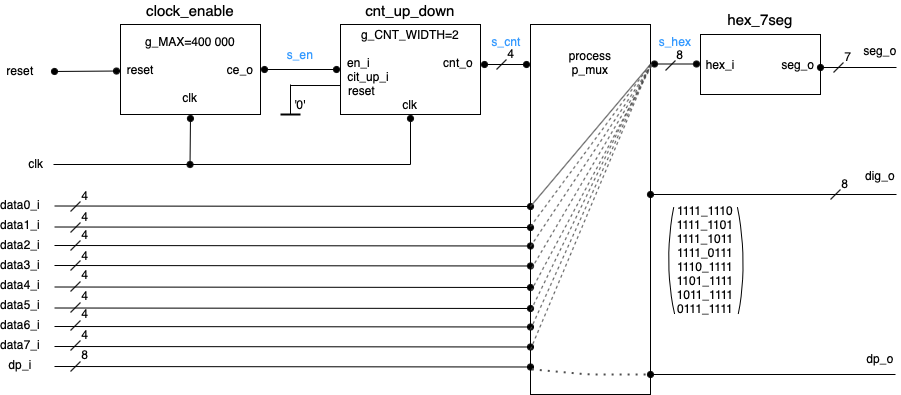
Above: Labs/06-display_driver/Images/driver_8dig.png in jurekmartin3/Digital-electronics-1 (draw.io), before the change. Source tidied: cells renumbered, new cells last; positions are measured from the earlier drawing's top-left corner, leaving out a move shared by most shapes.
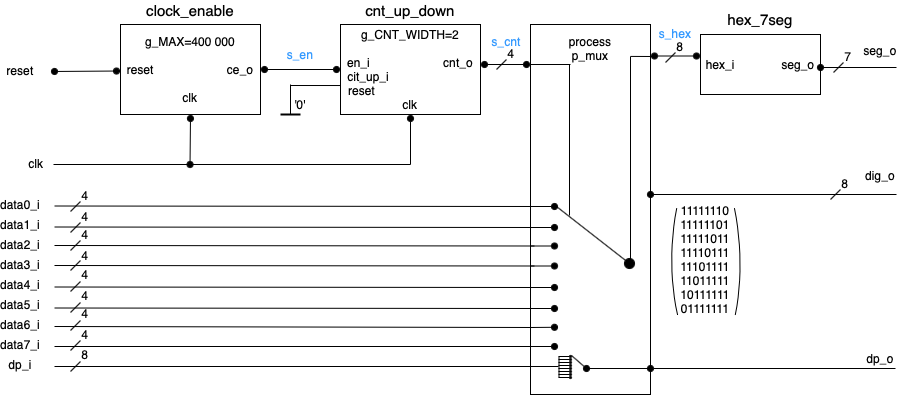
The same diagram one commit later.

Commit message:
Lab6 finishing touches - schema update

What changed in the source:
```diff
@@ -31,7 +31,7 @@
     <mxCell id="8" value="'0'" style="text;html=1;strokeColor=none;fillColor=none;align=center;verticalAlign=middle;whiteSpace=wrap;rounded=0;" parent="1" vertex="1">
       <mxGeometry x="290" y="94" width="20" height="20" as="geometry" />
     </mxCell>
-    <mxCell id="9" value="process&lt;br&gt;p_mux&lt;br&gt;&lt;br&gt;&lt;br&gt;&lt;br&gt;&lt;br&gt;&lt;br&gt;&lt;br&gt;&lt;br&gt;&lt;br&gt;&lt;br&gt;&lt;br&gt;&lt;br&gt;&lt;br&gt;&lt;br&gt;&lt;br&gt;&lt;br&gt;&lt;br&gt;&lt;br&gt;&lt;br&gt;&lt;br&gt;&lt;br&gt;&lt;br&gt;" style="rounded=0;whiteSpace=wrap;html=1;" parent="1" vertex="1">
+    <mxCell id="9" value="process&lt;br&gt;p_mux&lt;br&gt;&lt;br&gt;&lt;br&gt;&lt;br&gt;&lt;br&gt;&lt;br&gt;&lt;br&gt;&lt;br&gt;&lt;br&gt;&lt;br&gt;&lt;br&gt;&lt;br&gt;&lt;br&gt;&lt;br&gt;&lt;br&gt;&lt;br&gt;&lt;br&gt;&lt;br&gt;&lt;br&gt;&lt;br&gt;&lt;br&gt;&lt;br&gt;&lt;br&gt;&lt;br&gt;" style="rounded=0;whiteSpace=wrap;html=1;" parent="1" vertex="1">
       <mxGeometry x="530" y="24" width="120" height="370" as="geometry" />
     </mxCell>
     <mxCell id="10" style="endArrow=circle;html=1;exitX=1;exitY=0.5;exitDx=0;exitDy=0;endFill=1;startArrow=circle;startFill=1;endSize=2;startSize=2;" parent="1" edge="1">
@@ -57,12 +57,12 @@
     </mxCell>
     <mxCell id="15" style="endArrow=circle;html=1;exitX=1;exitY=0.5;exitDx=0;exitDy=0;endFill=1;startArrow=circle;startFill=1;endSize=2;startSize=2;" parent="1" edge="1">
       <mxGeometry relative="1" as="geometry">
-        <mxPoint x="650" y="63.5" as="sourcePoint" />
-        <mxPoint x="700" y="63.5" as="targetPoint" />
+        <mxPoint x="650" y="55.5" as="sourcePoint" />
+        <mxPoint x="700" y="55.5" as="targetPoint" />
       </mxGeometry>
     </mxCell>
     <mxCell id="16" value="s_hex" style="text;html=1;strokeColor=none;fillColor=none;align=center;verticalAlign=middle;whiteSpace=wrap;rounded=0;fontColor=#3399FF;" parent="1" vertex="1">
-      <mxGeometry x="655" y="31" width="40" height="20" as="geometry" />
+      <mxGeometry x="655" y="23" width="40" height="20" as="geometry" />
     </mxCell>
     <mxCell id="17" value="reset" style="text;html=1;strokeColor=none;fillColor=none;align=center;verticalAlign=middle;whiteSpace=wrap;rounded=0;" parent="1" vertex="1">
       <mxGeometry y="60" width="40" height="20" as="geometry" />
@@ -111,61 +111,61 @@
     <mxCell id="29" value="data7_i" style="text;html=1;strokeColor=none;fillColor=none;align=center;verticalAlign=middle;whiteSpace=wrap;rounded=0;" parent="1" vertex="1">
       <mxGeometry y="334" width="40" height="20" as="geometry" />
     </mxCell>
-    <mxCell id="30" style="endArrow=circle;html=1;strokeWidth=1;entryX=0;entryY=0.5;entryDx=0;entryDy=0;endFill=1;endSize=2;" parent="1" edge="1">
+    <mxCell id="30" style="endArrow=none;html=1;strokeWidth=1;entryX=0;entryY=0.5;entryDx=0;entryDy=0;endFill=0;endSize=2;" parent="1" edge="1">
       <mxGeometry relative="1" as="geometry">
         <mxPoint x="54" y="205.5" as="sourcePoint" />
         <mxPoint x="534" y="206" as="targetPoint" />
       </mxGeometry>
     </mxCell>
-    <mxCell id="31" style="endArrow=circle;html=1;strokeWidth=1;entryX=0;entryY=0.5;entryDx=0;entryDy=0;endFill=1;endSize=2;" parent="1" edge="1">
+    <mxCell id="31" style="endArrow=none;html=1;strokeWidth=1;entryX=0;entryY=0.5;entryDx=0;entryDy=0;endFill=0;endSize=2;" parent="1" edge="1">
       <mxGeometry relative="1" as="geometry">
         <mxPoint x="54" y="226.5" as="sourcePoint" />
         <mxPoint x="534" y="227" as="targetPoint" />
       </mxGeometry>
     </mxCell>
-    <mxCell id="32" style="endArrow=circle;html=1;strokeWidth=1;entryX=0;entryY=0.5;entryDx=0;entryDy=0;endFill=1;endSize=2;" parent="1" edge="1">
+    <mxCell id="32" style="endArrow=none;html=1;strokeWidth=1;entryX=0;entryY=0.5;entryDx=0;entryDy=0;endFill=0;endSize=2;" parent="1" edge="1">
       <mxGeometry relative="1" as="geometry">
         <mxPoint x="54" y="245" as="sourcePoint" />
         <mxPoint x="534" y="245.5" as="targetPoint" />
       </mxGeometry>
     </mxCell>
-    <mxCell id="33" style="endArrow=circle;html=1;strokeWidth=1;entryX=0;entryY=0.5;entryDx=0;entryDy=0;endFill=1;endSize=2;" parent="1" edge="1">
+    <mxCell id="33" style="endArrow=none;html=1;strokeWidth=1;entryX=0;entryY=0.5;entryDx=0;entryDy=0;endFill=0;endSize=2;" parent="1" edge="1">
       <mxGeometry relative="1" as="geometry">
         <mxPoint x="54" y="265" as="sourcePoint" />
         <mxPoint x="534" y="265.5" as="targetPoint" />
       </mxGeometry>
     </mxCell>
-    <mxCell id="34" style="endArrow=circle;html=1;strokeWidth=1;entryX=0;entryY=0.5;entryDx=0;entryDy=0;endFill=1;endSize=2;" parent="1" edge="1">
+    <mxCell id="34" style="endArrow=none;html=1;strokeWidth=1;entryX=0;entryY=0.5;entryDx=0;entryDy=0;endFill=0;endSize=2;" parent="1" edge="1">
       <mxGeometry relative="1" as="geometry">
         <mxPoint x="54" y="286.5" as="sourcePoint" />
         <mxPoint x="534" y="287" as="targetPoint" />
       </mxGeometry>
     </mxCell>
-    <mxCell id="35" style="endArrow=circle;html=1;strokeWidth=1;entryX=0;entryY=0.5;entryDx=0;entryDy=0;endFill=1;endSize=2;" parent="1" edge="1">
+    <mxCell id="35" style="endArrow=none;html=1;strokeWidth=1;entryX=0;entryY=0.5;entryDx=0;entryDy=0;endFill=0;endSize=2;" parent="1" edge="1">
       <mxGeometry relative="1" as="geometry">
         <mxPoint x="54" y="307.5" as="sourcePoint" />
         <mxPoint x="534" y="308" as="targetPoint" />
       </mxGeometry>
     </mxCell>
-    <mxCell id="36" style="endArrow=circle;html=1;strokeWidth=1;entryX=0;entryY=0.5;entryDx=0;entryDy=0;endFill=1;endSize=2;" parent="1" edge="1">
+    <mxCell id="36" style="endArrow=none;html=1;strokeWidth=1;entryX=0;entryY=0.5;entryDx=0;entryDy=0;endFill=0;endSize=2;" parent="1" edge="1">
       <mxGeometry relative="1" as="geometry">
         <mxPoint x="54" y="326" as="sourcePoint" />
-        <mxPoint x="534" y="326.5" as="targetPoint" />
+        <mxPoint x="534" y="327" as="targetPoint" />
       </mxGeometry>
     </mxCell>
-    <mxCell id="37" style="endArrow=circle;html=1;strokeWidth=1;entryX=0;entryY=0.5;entryDx=0;entryDy=0;endFill=1;endSize=2;" parent="1" edge="1">
+    <mxCell id="37" style="endArrow=none;html=1;strokeWidth=1;entryX=0;entryY=0.5;entryDx=0;entryDy=0;endFill=0;endSize=2;" parent="1" edge="1">
       <mxGeometry relative="1" as="geometry">
         <mxPoint x="54" y="346" as="sourcePoint" />
-        <mxPoint x="534" y="346.5" as="targetPoint" />
+        <mxPoint x="534" y="346" as="targetPoint" />
       </mxGeometry>
     </mxCell>
     <mxCell id="38" value="dp_i" style="text;html=1;strokeColor=none;fillColor=none;align=center;verticalAlign=middle;whiteSpace=wrap;rounded=0;" parent="1" vertex="1">
       <mxGeometry y="354" width="40" height="20" as="geometry" />
     </mxCell>
-    <mxCell id="39" style="endArrow=circle;html=1;strokeWidth=1;entryX=0;entryY=0.5;entryDx=0;entryDy=0;endFill=1;endSize=2;" parent="1" edge="1">
+    <mxCell id="39" style="endArrow=none;html=1;strokeWidth=1;entryX=0;entryY=0.5;entryDx=0;entryDy=0;endFill=0;endSize=2;" parent="1" edge="1">
       <mxGeometry relative="1" as="geometry">
         <mxPoint x="54" y="366" as="sourcePoint" />
-        <mxPoint x="534" y="366.5" as="targetPoint" />
+        <mxPoint x="534" y="366" as="targetPoint" />
       </mxGeometry>
     </mxCell>
     <mxCell id="40" style="endArrow=none;html=1;strokeWidth=1;" parent="1" edge="1">
@@ -255,47 +255,7 @@
     <mxCell id="57" value="8" style="text;html=1;strokeColor=none;fillColor=none;align=center;verticalAlign=middle;whiteSpace=wrap;rounded=0;" parent="1" vertex="1">
       <mxGeometry x="80" y="343.8" width="10" height="20" as="geometry" />
     </mxCell>
-    <mxCell id="58" style="endArrow=none;html=1;strokeWidth=1;entryX=0.996;entryY=0.109;entryDx=0;entryDy=0;entryPerimeter=0;rounded=0;strokeColor=#4D4D4D;" parent="1" edge="1" target="9">
-      <mxGeometry relative="1" as="geometry">
-        <mxPoint x="530" y="206" as="sourcePoint" />
-      </mxGeometry>
-    </mxCell>
-    <mxCell id="59" style="endArrow=none;dashed=1;html=1;strokeWidth=1;strokeColor=#4D4D4D;" parent="1" edge="1">
-      <mxGeometry relative="1" as="geometry">
-        <mxPoint x="530" y="226" as="sourcePoint" />
-        <mxPoint x="650" y="64" as="targetPoint" />
-      </mxGeometry>
-    </mxCell>
-    <mxCell id="60" style="endArrow=none;dashed=1;html=1;strokeWidth=1;strokeColor=#4D4D4D;" parent="1" edge="1">
-      <mxGeometry relative="1" as="geometry">
-        <mxPoint x="530" y="246" as="sourcePoint" />
-        <mxPoint x="650" y="66" as="targetPoint" />
-      </mxGeometry>
-    </mxCell>
-    <mxCell id="61" style="endArrow=none;dashed=1;html=1;strokeWidth=1;exitX=0.01;exitY=0.659;exitDx=0;exitDy=0;exitPerimeter=0;entryX=1.017;entryY=0.105;entryDx=0;entryDy=0;entryPerimeter=0;strokeColor=#4D4D4D;" parent="1" edge="1" source="9" target="9">
-      <mxGeometry relative="1" as="geometry" />
-    </mxCell>
-    <mxCell id="62" style="endArrow=none;dashed=1;html=1;strokeWidth=1;entryX=1.017;entryY=0.107;entryDx=0;entryDy=0;entryPerimeter=0;exitX=0.005;exitY=0.72;exitDx=0;exitDy=0;exitPerimeter=0;strokeColor=#4D4D4D;" parent="1" edge="1" source="9" target="9">
-      <mxGeometry relative="1" as="geometry" />
-    </mxCell>
-    <mxCell id="63" style="endArrow=none;dashed=1;html=1;strokeWidth=1;exitX=0.004;exitY=0.772;exitDx=0;exitDy=0;exitPerimeter=0;strokeColor=#4D4D4D;" parent="1" edge="1" source="9">
-      <mxGeometry relative="1" as="geometry">
-        <mxPoint x="650" y="64" as="targetPoint" />
-      </mxGeometry>
-    </mxCell>
-    <mxCell id="64" style="endArrow=none;dashed=1;html=1;strokeWidth=1;strokeColor=#4D4D4D;" parent="1" edge="1">
-      <mxGeometry relative="1" as="geometry">
-        <mxPoint x="530" y="329" as="sourcePoint" />
-        <mxPoint x="650" y="64" as="targetPoint" />
-      </mxGeometry>
-    </mxCell>
-    <mxCell id="65" style="endArrow=none;dashed=1;html=1;strokeWidth=1;strokeColor=#4D4D4D;" parent="1" edge="1">
-      <mxGeometry relative="1" as="geometry">
-        <mxPoint x="530" y="349" as="sourcePoint" />
-        <mxPoint x="650" y="64" as="targetPoint" />
-      </mxGeometry>
-    </mxCell>
-    <mxCell id="66" value="1111_1110&lt;br&gt;1111_1101&lt;br&gt;1111_1011&lt;br&gt;1111_0111&lt;br&gt;1110_1111&lt;br&gt;1101_1111&lt;br&gt;1011_1111&lt;br&gt;0111_1111" style="text;html=1;strokeColor=none;fillColor=none;align=center;verticalAlign=middle;whiteSpace=wrap;rounded=0;" parent="1" vertex="1">
+    <mxCell id="66" value="11111110&lt;br&gt;11111101&lt;br&gt;11111011&lt;br&gt;11110111&lt;br&gt;11101111&lt;br&gt;11011111&lt;br&gt;10111111&lt;br&gt;01111111" style="text;html=1;strokeColor=none;fillColor=none;align=center;verticalAlign=middle;whiteSpace=wrap;rounded=0;" parent="1" vertex="1">
       <mxGeometry x="670" y="174" width="70" height="170" as="geometry" />
     </mxCell>
     <mxCell id="67" style="endArrow=none;html=1;exitX=1;exitY=0.5;exitDx=0;exitDy=0;endFill=0;startArrow=circle;startFill=1;endSize=2;startSize=2;" parent="1" edge="1">
@@ -330,39 +290,31 @@
     </mxCell>
     <mxCell id="73" style="curved=1;endArrow=none;html=1;strokeWidth=1;exitX=1.006;exitY=0.828;exitDx=0;exitDy=0;exitPerimeter=0;entryX=0.994;entryY=0.205;entryDx=0;entryDy=0;entryPerimeter=0;endFill=0;" parent="1" edge="1">
       <mxGeometry relative="1" as="geometry">
-        <mxPoint x="737.8" y="313" as="sourcePoint" />
-        <mxPoint x="737" y="207.1" as="targetPoint" />
+        <mxPoint x="734.8" y="314" as="sourcePoint" />
+        <mxPoint x="734" y="208.1" as="targetPoint" />
         <Array as="points">
-          <mxPoint x="747.4" y="262.2" />
+          <mxPoint x="744.4" y="263.2" />
         </Array>
       </mxGeometry>
     </mxCell>
     <mxCell id="74" style="curved=1;endArrow=none;html=1;strokeWidth=1;exitX=1.006;exitY=0.828;exitDx=0;exitDy=0;exitPerimeter=0;entryX=0.994;entryY=0.205;entryDx=0;entryDy=0;entryPerimeter=0;endFill=0;sketch=0;" parent="1" edge="1">
       <mxGeometry relative="1" as="geometry">
-        <mxPoint x="673.2" y="207.1" as="sourcePoint" />
-        <mxPoint x="674" y="313" as="targetPoint" />
+        <mxPoint x="676.2" y="208.1" as="sourcePoint" />
+        <mxPoint x="677" y="314" as="targetPoint" />
         <Array as="points">
-          <mxPoint x="663.2" y="261.8" />
+          <mxPoint x="666.2" y="262.8" />
         </Array>
       </mxGeometry>
     </mxCell>
     <mxCell id="75" style="endArrow=none;html=1;exitX=1;exitY=0.5;exitDx=0;exitDy=0;endFill=0;startArrow=circle;startFill=1;endSize=2;startSize=2;" parent="1" edge="1">
       <mxGeometry relative="1" as="geometry">
-        <mxPoint x="646" y="374" as="sourcePoint" />
-        <mxPoint x="895" y="374" as="targetPoint" />
+        <mxPoint x="646" y="368" as="sourcePoint" />
+        <mxPoint x="895" y="368" as="targetPoint" />
       </mxGeometry>
     </mxCell>
     <mxCell id="76" value="dp_o" style="text;html=1;strokeColor=none;fillColor=none;align=center;verticalAlign=middle;whiteSpace=wrap;rounded=0;" parent="1" vertex="1">
       <mxGeometry x="860" y="348" width="40" height="20" as="geometry" />
     </mxCell>
-    <mxCell id="77" style="endArrow=none;dashed=1;html=1;dashPattern=1 3;strokeWidth=2;exitX=0.011;exitY=0.932;exitDx=0;exitDy=0;exitPerimeter=0;strokeColor=#4D4D4D;" parent="1" edge="1" source="9">
-      <mxGeometry relative="1" as="geometry">
-        <mxPoint x="651" y="374" as="targetPoint" />
-        <Array as="points">
-          <mxPoint x="588" y="374" />
-        </Array>
-      </mxGeometry>
-    </mxCell>
     <mxCell id="78" value="&lt;font style=&quot;font-size: 15px&quot;&gt;clock_enable&lt;/font&gt;" style="text;html=1;strokeColor=none;fillColor=none;align=center;verticalAlign=middle;whiteSpace=wrap;rounded=0;" parent="1" vertex="1">
       <mxGeometry x="146" width="88" height="20" as="geometry" />
     </mxCell>
@@ -371,15 +323,15 @@
     </mxCell>
     <mxCell id="80" style="endArrow=none;html=1;strokeWidth=1;" parent="1" edge="1">
       <mxGeometry relative="1" as="geometry">
-        <mxPoint x="665" y="70" as="sourcePoint" />
-        <mxPoint x="675" y="60" as="targetPoint" />
+        <mxPoint x="665" y="62" as="sourcePoint" />
+        <mxPoint x="675" y="52" as="targetPoint" />
         <Array as="points">
-          <mxPoint x="675" y="60" />
+          <mxPoint x="675" y="52" />
         </Array>
       </mxGeometry>
     </mxCell>
     <mxCell id="81" value="8" style="text;html=1;strokeColor=none;fillColor=none;align=center;verticalAlign=middle;whiteSpace=wrap;rounded=0;" parent="1" vertex="1">
-      <mxGeometry x="675" y="44" width="10" height="20" as="geometry" />
+      <mxGeometry x="675" y="36" width="10" height="20" as="geometry" />
     </mxCell>
     <mxCell id="82" style="endArrow=none;html=1;strokeWidth=1;" parent="1" edge="1">
       <mxGeometry relative="1" as="geometry">
@@ -408,5 +360,155 @@
     <mxCell id="86" value="&lt;font style=&quot;font-size: 15px&quot;&gt;hex_7seg&lt;/font&gt;" style="text;html=1;strokeColor=none;fillColor=none;align=center;verticalAlign=middle;whiteSpace=wrap;rounded=0;" parent="1" vertex="1">
       <mxGeometry x="716" y="9" width="88" height="20" as="geometry" />
     </mxCell>
+    <mxCell id="87" style="endArrow=circle;html=1;exitX=1;exitY=0.5;exitDx=0;exitDy=0;endFill=1;startArrow=none;startFill=0;endSize=2;startSize=2;" parent="1" edge="1">
+      <mxGeometry relative="1" as="geometry">
+        <mxPoint x="530" y="206" as="sourcePoint" />
+        <mxPoint x="558" y="206" as="targetPoint" />
+      </mxGeometry>
+    </mxCell>
+    <mxCell id="88" style="endArrow=none;html=1;exitX=1;exitY=0.5;exitDx=0;exitDy=0;endFill=0;startArrow=none;startFill=0;endSize=2;startSize=2;" parent="1" edge="1">
+      <mxGeometry relative="1" as="geometry">
+        <mxPoint x="530" y="64" as="sourcePoint" />
+        <mxPoint x="570" y="64" as="targetPoint" />
+      </mxGeometry>
+    </mxCell>
+    <mxCell id="89" style="endArrow=circle;html=1;exitX=1;exitY=0.5;exitDx=0;exitDy=0;endFill=1;startArrow=none;startFill=0;endSize=2;startSize=2;" parent="1" edge="1">
+      <mxGeometry relative="1" as="geometry">
+        <mxPoint x="530" y="227" as="sourcePoint" />
+        <mxPoint x="558" y="227" as="targetPoint" />
+      </mxGeometry>
+    </mxCell>
+    <mxCell id="90" style="endArrow=circle;html=1;exitX=1;exitY=0.5;exitDx=0;exitDy=0;endFill=1;startArrow=none;startFill=0;endSize=2;startSize=2;" parent="1" edge="1">
+      <mxGeometry relative="1" as="geometry">
+        <mxPoint x="530" y="245.5" as="sourcePoint" />
+        <mxPoint x="558" y="245.5" as="targetPoint" />
+      </mxGeometry>
+    </mxCell>
+    <mxCell id="91" style="endArrow=circle;html=1;exitX=1;exitY=0.5;exitDx=0;exitDy=0;endFill=1;startArrow=none;startFill=0;endSize=2;startSize=2;" parent="1" edge="1">
+      <mxGeometry relative="1" as="geometry">
+        <mxPoint x="530" y="265.5" as="sourcePoint" />
+        <mxPoint x="558" y="265.5" as="targetPoint" />
+      </mxGeometry>
+    </mxCell>
+    <mxCell id="92" style="endArrow=circle;html=1;exitX=1;exitY=0.5;exitDx=0;exitDy=0;endFill=1;startArrow=none;startFill=0;endSize=2;startSize=2;" parent="1" edge="1">
+      <mxGeometry relative="1" as="geometry">
+        <mxPoint x="530" y="287" as="sourcePoint" />
+        <mxPoint x="558" y="287" as="targetPoint" />
+      </mxGeometry>
+    </mxCell>
+    <mxCell id="93" style="endArrow=circle;html=1;exitX=1;exitY=0.5;exitDx=0;exitDy=0;endFill=1;startArrow=none;startFill=0;endSize=2;startSize=2;" parent="1" edge="1">
+      <mxGeometry relative="1" as="geometry">
+        <mxPoint x="530" y="308" as="sourcePoint" />
+        <mxPoint x="558" y="308" as="targetPoint" />
+      </mxGeometry>
+    </mxCell>
+    <mxCell id="94" style="endArrow=circle;html=1;exitX=1;exitY=0.5;exitDx=0;exitDy=0;endFill=1;startArrow=none;startFill=0;endSize=2;startSize=2;" parent="1" edge="1">
+      <mxGeometry relative="1" as="geometry">
+        <mxPoint x="530" y="327" as="sourcePoint" />
+        <mxPoint x="558" y="326.8" as="targetPoint" />
+      </mxGeometry>
+    </mxCell>
+    <mxCell id="95" style="endArrow=circle;html=1;exitX=1;exitY=0.5;exitDx=0;exitDy=0;endFill=1;startArrow=none;startFill=0;endSize=2;startSize=2;" parent="1" edge="1">
+      <mxGeometry relative="1" as="geometry">
+        <mxPoint x="530" y="346" as="sourcePoint" />
+        <mxPoint x="558" y="346" as="targetPoint" />
+      </mxGeometry>
+    </mxCell>
+    <mxCell id="96" style="endArrow=oval;html=1;endFill=1;endSize=10;startSize=10;" parent="1" edge="1">
+      <mxGeometry relative="1" as="geometry">
+        <mxPoint x="556" y="206" as="sourcePoint" />
+        <mxPoint x="629" y="263" as="targetPoint" />
+      </mxGeometry>
+    </mxCell>
+    <mxCell id="97" style="endArrow=none;html=1;" parent="1" edge="1">
+      <mxGeometry relative="1" as="geometry">
+        <mxPoint x="630" y="267" as="sourcePoint" />
+        <mxPoint x="630" y="56" as="targetPoint" />
+      </mxGeometry>
+    </mxCell>
+    <mxCell id="98" style="endArrow=none;html=1;exitX=1;exitY=0.5;exitDx=0;exitDy=0;endFill=0;startArrow=none;startFill=0;endSize=2;startSize=2;" parent="1" edge="1">
+      <mxGeometry relative="1" as="geometry">
+        <mxPoint x="630" y="55.9" as="sourcePoint" />
+        <mxPoint x="652" y="56" as="targetPoint" />
+      </mxGeometry>
+    </mxCell>
+    <mxCell id="99" style="endArrow=none;html=1;exitX=1;exitY=0.5;exitDx=0;exitDy=0;endFill=0;startArrow=none;startFill=0;endSize=2;startSize=2;" parent="1" edge="1">
+      <mxGeometry relative="1" as="geometry">
+        <mxPoint x="569" y="64" as="sourcePoint" />
+        <mxPoint x="569" y="215" as="targetPoint" />
+      </mxGeometry>
+    </mxCell>
+    <mxCell id="100" style="endArrow=none;html=1;exitX=1;exitY=0.5;exitDx=0;exitDy=0;endFill=0;startArrow=none;startFill=0;endSize=2;startSize=2;" parent="1" edge="1">
+      <mxGeometry relative="1" as="geometry">
+        <mxPoint x="530" y="366" as="sourcePoint" />
+        <mxPoint x="558" y="366" as="targetPoint" />
+      </mxGeometry>
+    </mxCell>
+    <mxCell id="101" style="endArrow=oval;html=1;endFill=1;endSize=2;" parent="1" edge="1">
+      <mxGeometry relative="1" as="geometry">
+        <mxPoint x="558" y="356" as="sourcePoint" />
+        <mxPoint x="570" y="356" as="targetPoint" />
+      </mxGeometry>
+    </mxCell>
+    <mxCell id="102" style="endArrow=oval;html=1;endFill=1;endSize=2;" parent="1" edge="1">
+      <mxGeometry relative="1" as="geometry">
+        <mxPoint x="558" y="359" as="sourcePoint" />
+        <mxPoint x="570" y="359" as="targetPoint" />
+      </mxGeometry>
+    </mxCell>
+    <mxCell id="103" style="endArrow=oval;html=1;endFill=1;endSize=2;" parent="1" edge="1">
+      <mxGeometry relative="1" as="geometry">
+        <mxPoint x="558" y="362" as="sourcePoint" />
+        <mxPoint x="570" y="362" as="targetPoint" />
+      </mxGeometry>
+    </mxCell>
+    <mxCell id="104" style="endArrow=oval;html=1;endFill=1;endSize=2;" parent="1" edge="1">
+      <mxGeometry relative="1" as="geometry">
+        <mxPoint x="558" y="365" as="sourcePoint" />
+        <mxPoint x="570" y="365" as="targetPoint" />
+      </mxGeometry>
+    </mxCell>
+    <mxCell id="105" style="endArrow=oval;html=1;endFill=1;endSize=2;" parent="1" edge="1">
+      <mxGeometry relative="1" as="geometry">
+        <mxPoint x="558" y="368" as="sourcePoint" />
+        <mxPoint x="570" y="368" as="targetPoint" />
+      </mxGeometry>
+    </mxCell>
+    <mxCell id="106" style="endArrow=oval;html=1;endFill=1;endSize=2;" parent="1" edge="1">
+      <mxGeometry relative="1" as="geometry">
+        <mxPoint x="558" y="371" as="sourcePoint" />
+        <mxPoint x="570" y="371" as="targetPoint" />
+      </mxGeometry>
+    </mxCell>
+    <mxCell id="107" style="endArrow=oval;html=1;endFill=1;endSize=2;" parent="1" edge="1">
+      <mxGeometry relative="1" as="geometry">
+        <mxPoint x="558" y="374" as="sourcePoint" />
+        <mxPoint x="570" y="374" as="targetPoint" />
+      </mxGeometry>
+    </mxCell>
+    <mxCell id="108" style="endArrow=oval;html=1;endFill=1;endSize=2;" parent="1" edge="1">
+      <mxGeometry relative="1" as="geometry">
+        <mxPoint x="558" y="377" as="sourcePoint" />
+        <mxPoint x="570" y="377" as="targetPoint" />
+      </mxGeometry>
+    </mxCell>
+    <mxCell id="109" style="endArrow=none;html=1;" parent="1" edge="1">
+      <mxGeometry relative="1" as="geometry">
+        <mxPoint x="558.5" y="377" as="sourcePoint" />
+        <mxPoint x="558.5" y="356" as="targetPoint" />
+      </mxGeometry>
+    </mxCell>
+    <mxCell id="110" style="endArrow=oval;html=1;endFill=1;" parent="1" edge="1">
+      <mxGeometry relative="1" as="geometry">
+        <mxPoint x="571" y="355" as="sourcePoint" />
+        <mxPoint x="586" y="368" as="targetPoint" />
+      </mxGeometry>
+    </mxCell>
+    <mxCell id="111" style="endArrow=none;html=1;" parent="1" edge="1">
+      <mxGeometry relative="1" as="geometry">
+        <mxPoint x="586" y="368" as="sourcePoint" />
+        <mxPoint x="650" y="368" as="targetPoint" />
+      </mxGeometry>
+    </mxCell>
   </root>
 </mxGraphModel>
```
